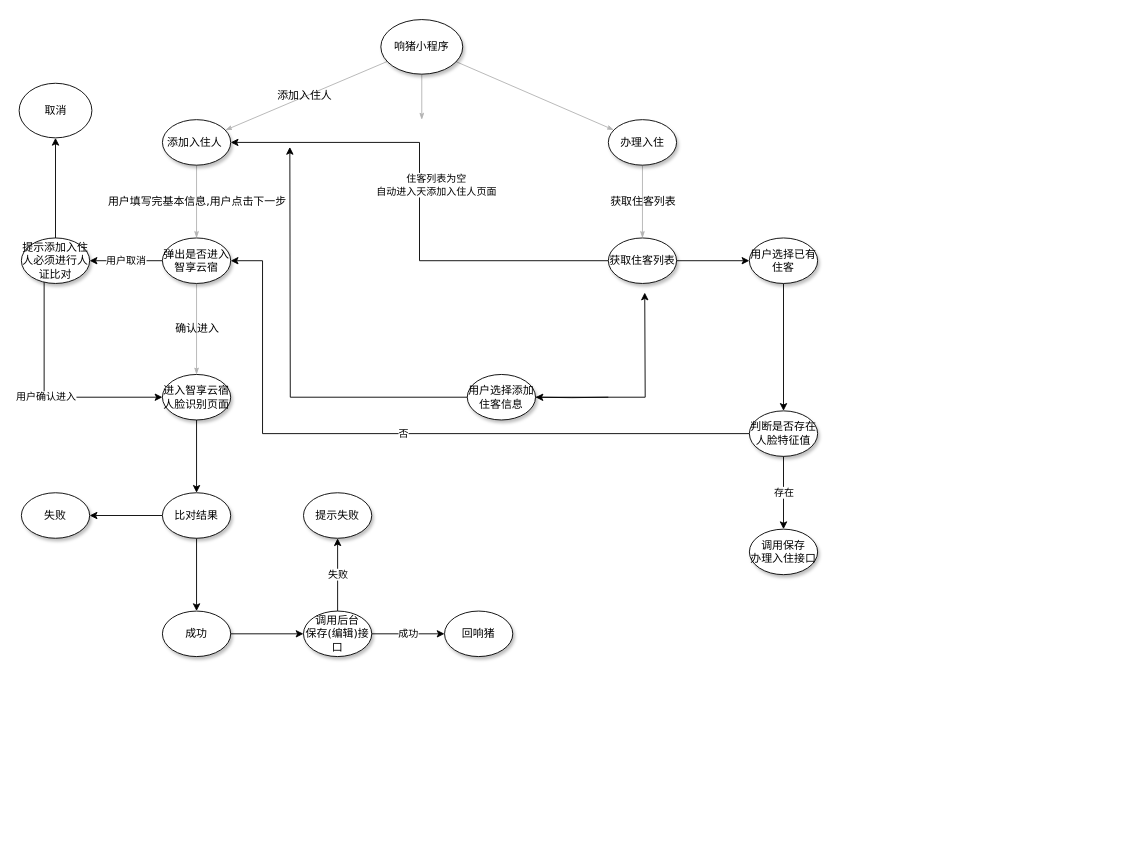
allen-wiki/Auto.Js keeps this draw.io diagram as Untitled Diagram.drawio. Above is the earlier version. Source tidied: cells renumbered, new cells numbered last; positions are measured from the earlier drawing's top-left corner, leaving out a move shared by most shapes. Both pictures are drawn from the tidied source at 91%, with x=0, y=0 at pixel (18, 19).
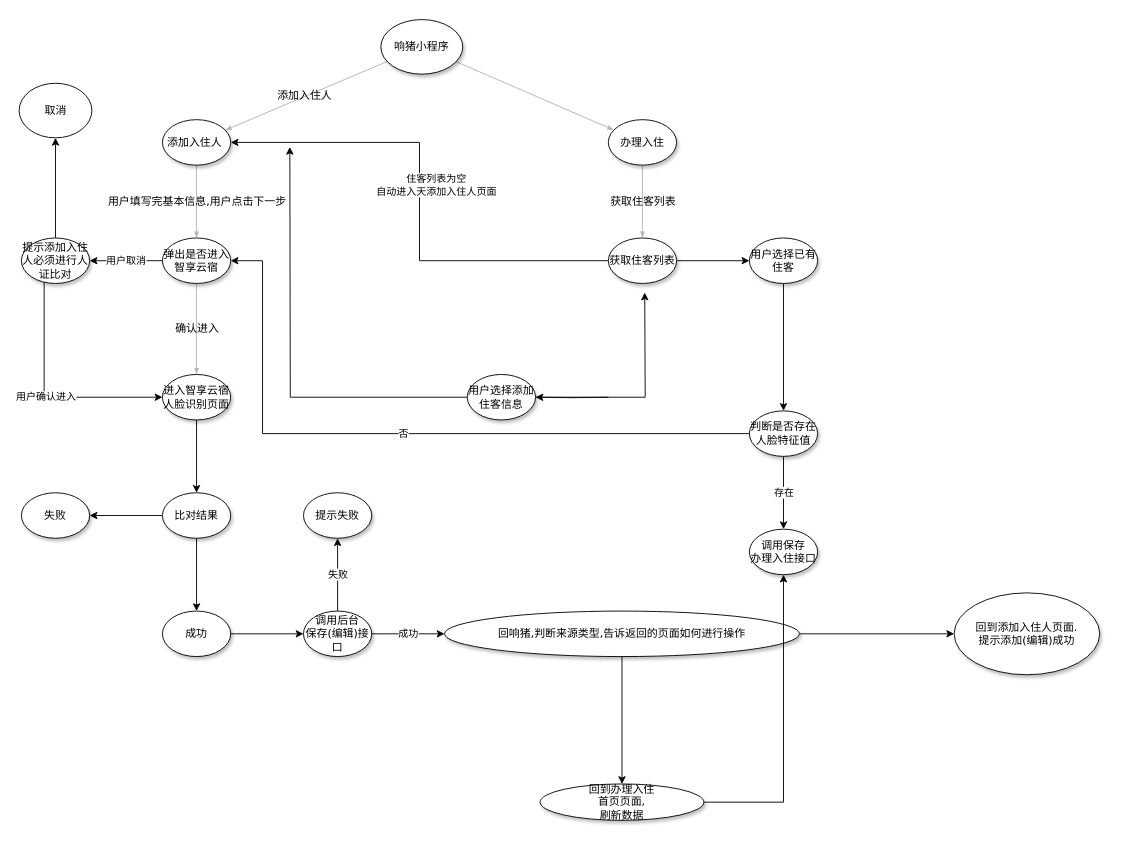
Above is the later version.

Commit message:
人证比对流程.drawio

Unchanged cells that the change refers to:
```xml
<mxCell id="5" value="响猪小程序" style="ellipse;whiteSpace=wrap;html=1;rounded=0;shadow=1;comic=0;labelBackgroundColor=none;strokeWidth=1;fontFamily=Verdana;fontSize=12;align=center;" parent="1" vertex="1">
  <mxGeometry x="398" width="90" height="60" as="geometry" />
</mxCell>
<mxCell id="42" value="调用保存&lt;br&gt;办理入住接口" style="ellipse;whiteSpace=wrap;html=1;rounded=0;shadow=1;comic=0;labelBackgroundColor=none;strokeWidth=1;fontFamily=Verdana;fontSize=12;align=center;" parent="1" vertex="1">
  <mxGeometry x="803" y="560" width="75" height="50" as="geometry" />
</mxCell>
```

Diff of the diagram source:
```diff
@@
-    <mxCell id="2" style="edgeStyle=none;rounded=1;html=1;labelBackgroundColor=none;startArrow=none;startFill=0;startSize=5;endArrow=classicThin;endFill=1;endSize=5;jettySize=auto;strokeColor=#B3B3B3;strokeWidth=1;fontFamily=Verdana;fontSize=12;" parent="1" edge="1" source="5">
-      <mxGeometry relative="1" as="geometry">
-        <mxPoint x="443" y="110" as="targetPoint" />
-      </mxGeometry>
-    </mxCell>
@@
+    <mxCell id="43" style="edgeStyle=orthogonalEdgeStyle;rounded=0;jettySize=auto;html=1;" parent="1" edge="1" source="31" target="46">
+      <mxGeometry relative="1" as="geometry" />
+    </mxCell>
+    <mxCell id="44" style="edgeStyle=orthogonalEdgeStyle;rounded=0;jettySize=auto;html=1;" parent="1" edge="1" source="31" target="47">
+      <mxGeometry relative="1" as="geometry" />
+    </mxCell>
-    <mxCell id="31" value="回响猪" style="ellipse;whiteSpace=wrap;html=1;rounded=0;shadow=1;comic=0;labelBackgroundColor=none;strokeWidth=1;fontFamily=Verdana;fontSize=12;align=center;" parent="1" vertex="1">
-      <mxGeometry x="468" y="650" width="75" height="50" as="geometry" />
+    <mxCell id="31" value="回响猪,判断来源类型,告诉返回的页面如何进行操作" style="ellipse;whiteSpace=wrap;html=1;rounded=0;shadow=1;comic=0;labelBackgroundColor=none;strokeWidth=1;fontFamily=Verdana;fontSize=12;align=center;" parent="1" vertex="1">
+      <mxGeometry x="468" y="650" width="390" height="50" as="geometry" />
     </mxCell>
@@
+    <mxCell id="45" style="edgeStyle=orthogonalEdgeStyle;rounded=0;jettySize=auto;html=1;" parent="1" edge="1" source="46" target="42">
+      <mxGeometry relative="1" as="geometry" />
+    </mxCell>
+    <mxCell id="46" value="回到办理入住&lt;br&gt;首页页面,&lt;br&gt;刷新数据" style="ellipse;whiteSpace=wrap;html=1;rounded=0;shadow=1;comic=0;labelBackgroundColor=none;strokeWidth=1;fontFamily=Verdana;fontSize=12;align=center;" parent="1" vertex="1">
+      <mxGeometry x="573" y="840" width="180" height="40" as="geometry" />
+    </mxCell>
+    <mxCell id="47" value="回到添加入住人页面.&lt;br&gt;提示添加(编辑)成功" style="ellipse;whiteSpace=wrap;html=1;rounded=0;shadow=1;comic=0;labelBackgroundColor=none;strokeWidth=1;fontFamily=Verdana;fontSize=12;align=center;" parent="1" vertex="1">
+      <mxGeometry x="1028" y="630" width="160" height="90" as="geometry" />
+    </mxCell>
```
